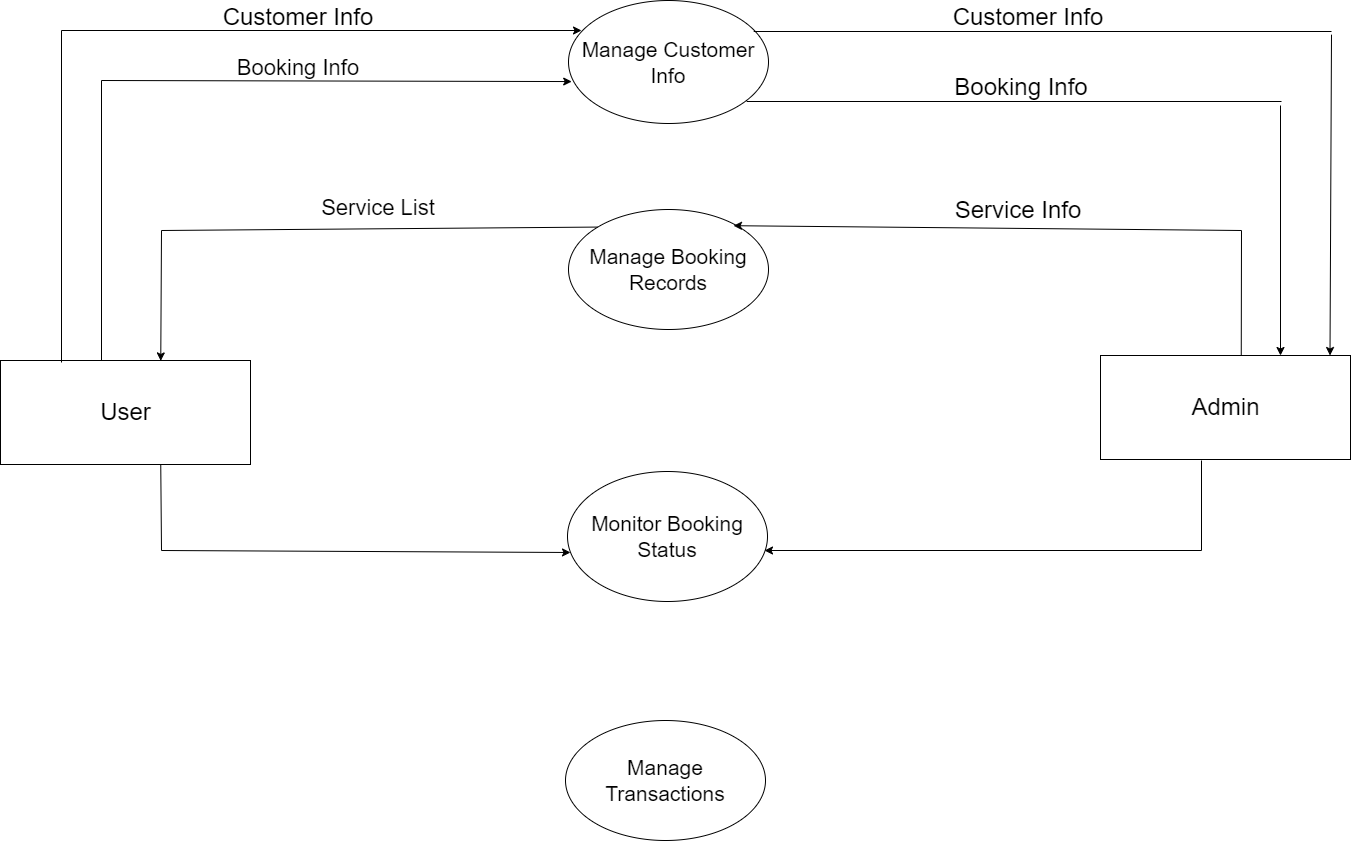
MNMTH/Test3 keeps this draw.io diagram as lvl1dfd.drawio.png. Above is the earlier version. Source tidied: cells renumbered, new cells last; positions are measured from the earlier drawing's top-left corner, leaving out a move shared by most shapes.
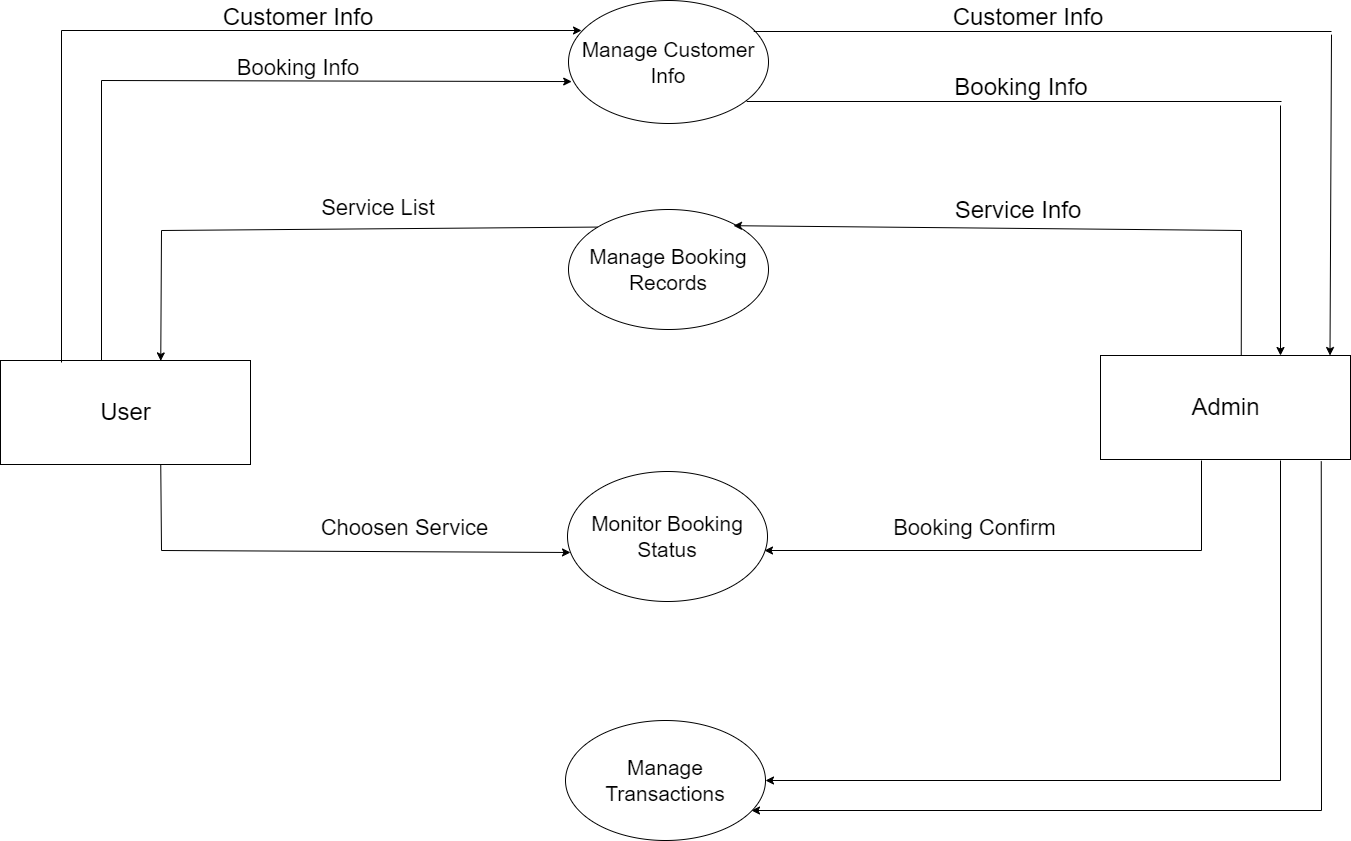
After the commit.

Change to the diagram source:
```diff
@@ -126,5 +126,27 @@
         <mxPoint x="1201" y="550" as="targetPoint" />
       </mxGeometry>
     </mxCell>
+    <mxCell id="30" value="&lt;font style=&quot;font-size: 22px;&quot;&gt;Choosen Service&lt;/font&gt;" style="text;html=1;strokeColor=none;fillColor=none;align=center;verticalAlign=middle;whiteSpace=wrap;rounded=0;fontSize=24;" parent="1" vertex="1">
+      <mxGeometry x="308" y="512" width="193" height="30" as="geometry" />
+    </mxCell>
+    <mxCell id="31" value="&lt;font style=&quot;font-size: 22px;&quot;&gt;Booking Confirm&lt;/font&gt;" style="text;html=1;strokeColor=none;fillColor=none;align=center;verticalAlign=middle;whiteSpace=wrap;rounded=0;fontSize=24;" parent="1" vertex="1">
+      <mxGeometry x="878" y="512" width="193" height="30" as="geometry" />
+    </mxCell>
+    <mxCell id="32" style="endArrow=classic;html=1;rounded=0;fontSize=24;" parent="1" edge="1" target="6">
+      <mxGeometry relative="1" as="geometry">
+        <mxPoint x="1280" y="460" as="sourcePoint" />
+        <Array as="points">
+          <mxPoint x="1280" y="780" />
+        </Array>
+      </mxGeometry>
+    </mxCell>
+    <mxCell id="33" style="endArrow=classic;html=1;rounded=0;fontSize=24;exitX=0.883;exitY=1.018;exitDx=0;exitDy=0;exitPerimeter=0;" parent="1" edge="1" source="7">
+      <mxGeometry relative="1" as="geometry">
+        <mxPoint x="751" y="810" as="targetPoint" />
+        <Array as="points">
+          <mxPoint x="1321" y="810" />
+        </Array>
+      </mxGeometry>
+    </mxCell>
   </root>
 </mxGraphModel>
```
